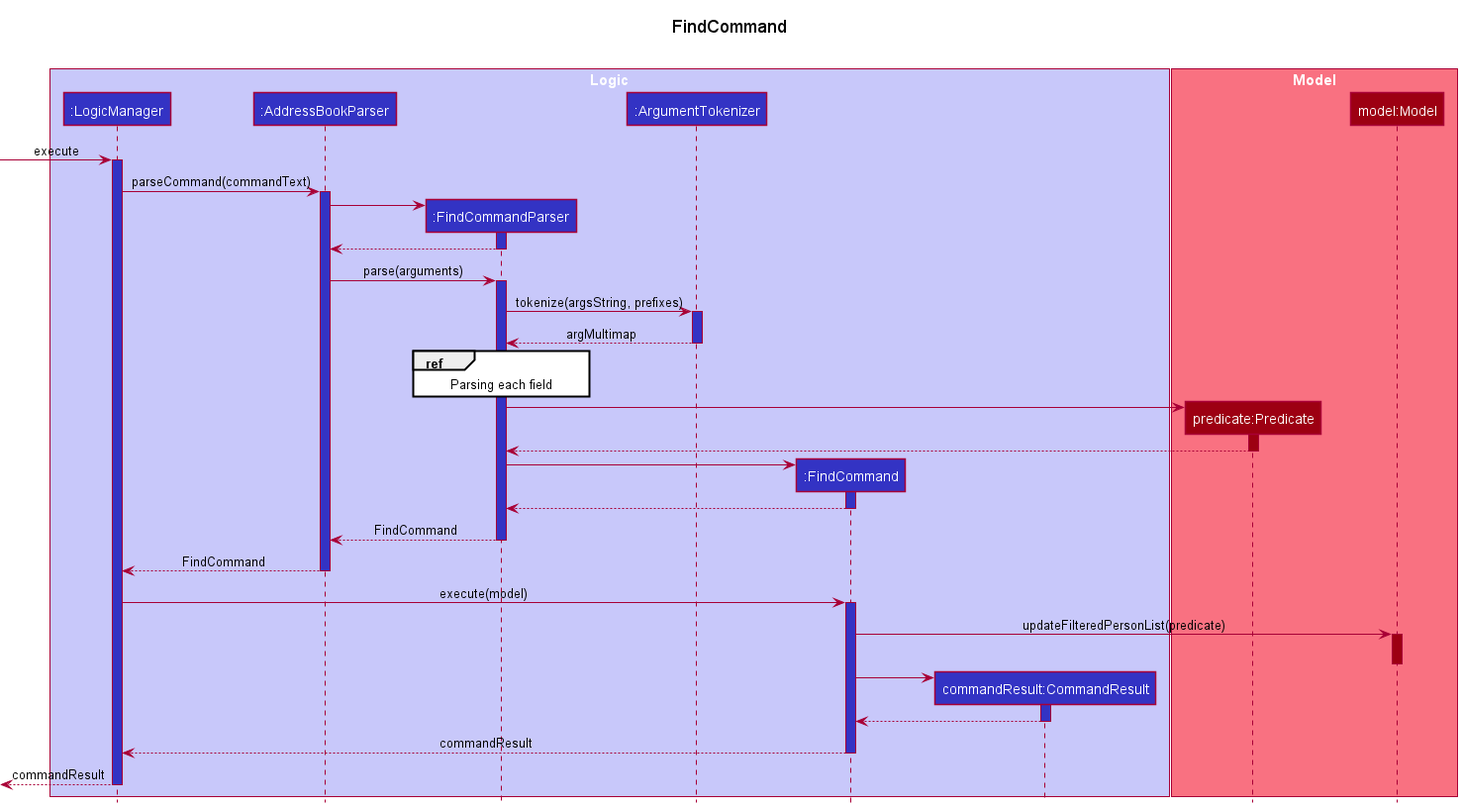
Above: docs/images/FindCommandSequenceDiagram-1.png in nus-cs2103-AY2122S2/tp (PlantUML), before the change.
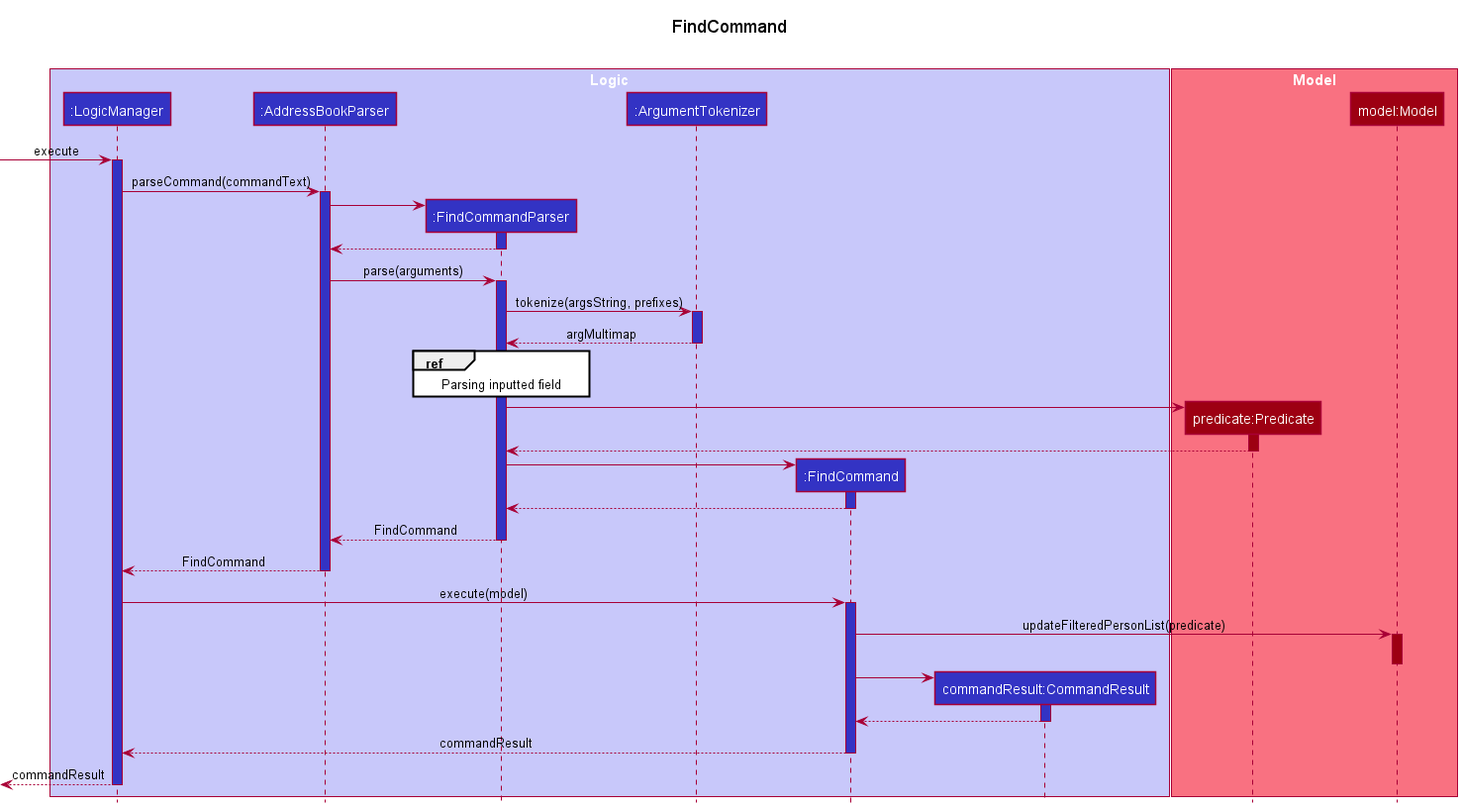
After the change.

Commit message:
Update sequence diagram

The edit, as a diff of the source:
```diff
@@ -35,7 +35,7 @@
 FindCommandParser -> ArgumentTokenizer ++ LOGIC_COLOR: tokenize(argsString, prefixes)
 ArgumentTokenizer --> FindCommandParser -- LOGIC_COLOR: argMultimap
 
-ref over FindCommandParser: Parsing each field
+ref over FindCommandParser: Parsing inputted field
 
 create Predicate
 FindCommandParser -> Predicate
```
